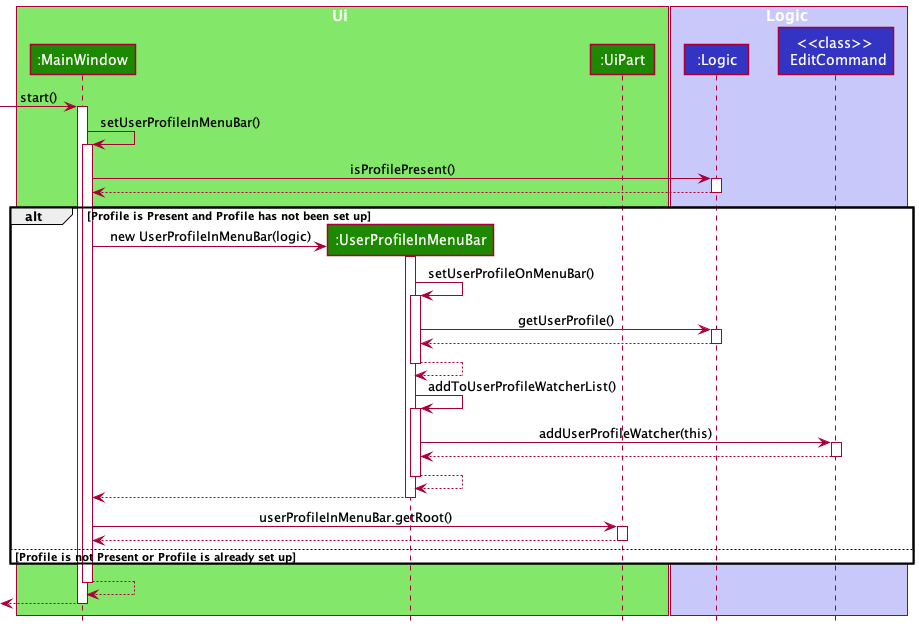
Before: docs/images/UserProfileInMenuBarSequenceDiagram.png, a diagram exported from PlantUML (nus-cs2103-AY2122S1/tp).
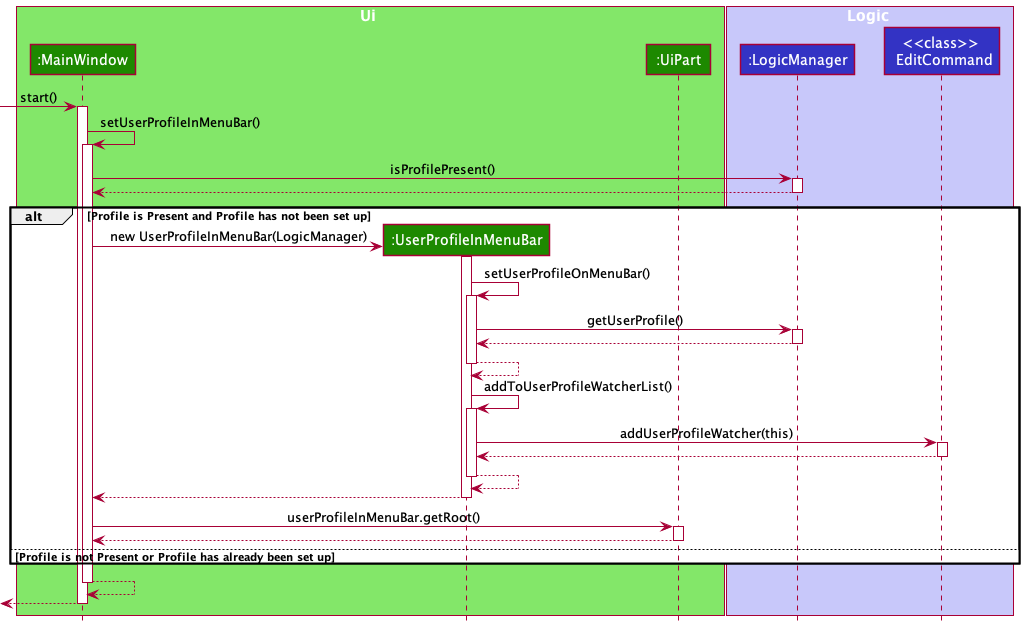
After the change.

Commit message:
Add Few Sequence Diagrams for Various Scenarios

Diff of the diagram source:
```diff
@@ -8,7 +8,7 @@
 end box
 
 box Logic LOGIC_COLOR_T1
-participant ":Logic" as Logic LOGIC_COLOR
+participant ":LogicManager" as LogicManager LOGIC_COLOR
 participant "<<class>> \n EditCommand" as EditCommand LOGIC_COLOR
 end box
 
@@ -18,26 +18,26 @@
 MainWindow -> MainWindow : setUserProfileInMenuBar()
 activate MainWindow
 
-MainWindow -> Logic : isProfilePresent()
-activate Logic
+MainWindow -> LogicManager : isProfilePresent()
+activate LogicManager
 
-Logic --> MainWindow
-deactivate Logic
+LogicManager --> MainWindow
+deactivate LogicManager
 
 alt Profile is Present and Profile has not been set up
 
 create UserProfileWindow
-MainWindow -> UserProfileWindow : new UserProfileInMenuBar(logic)
+MainWindow -> UserProfileWindow : new UserProfileInMenuBar(LogicManager)
 activate UserProfileWindow
 
 UserProfileWindow -> UserProfileWindow : setUserProfileOnMenuBar()
 activate UserProfileWindow
 
-UserProfileWindow -> Logic : getUserProfile()
-activate Logic
+UserProfileWindow -> LogicManager : getUserProfile()
+activate LogicManager
 
-Logic --> UserProfileWindow
-deactivate Logic
+LogicManager --> UserProfileWindow
+deactivate LogicManager
 
 UserProfileWindow --> UserProfileWindow
 deactivate UserProfileWindow
@@ -63,7 +63,7 @@
 UiPart --> MainWindow
 deactivate UiPart
 
-else Profile is not Present or Profile is already set up
+else Profile is not Present or Profile has already been set up
 
 end alt
 
```
